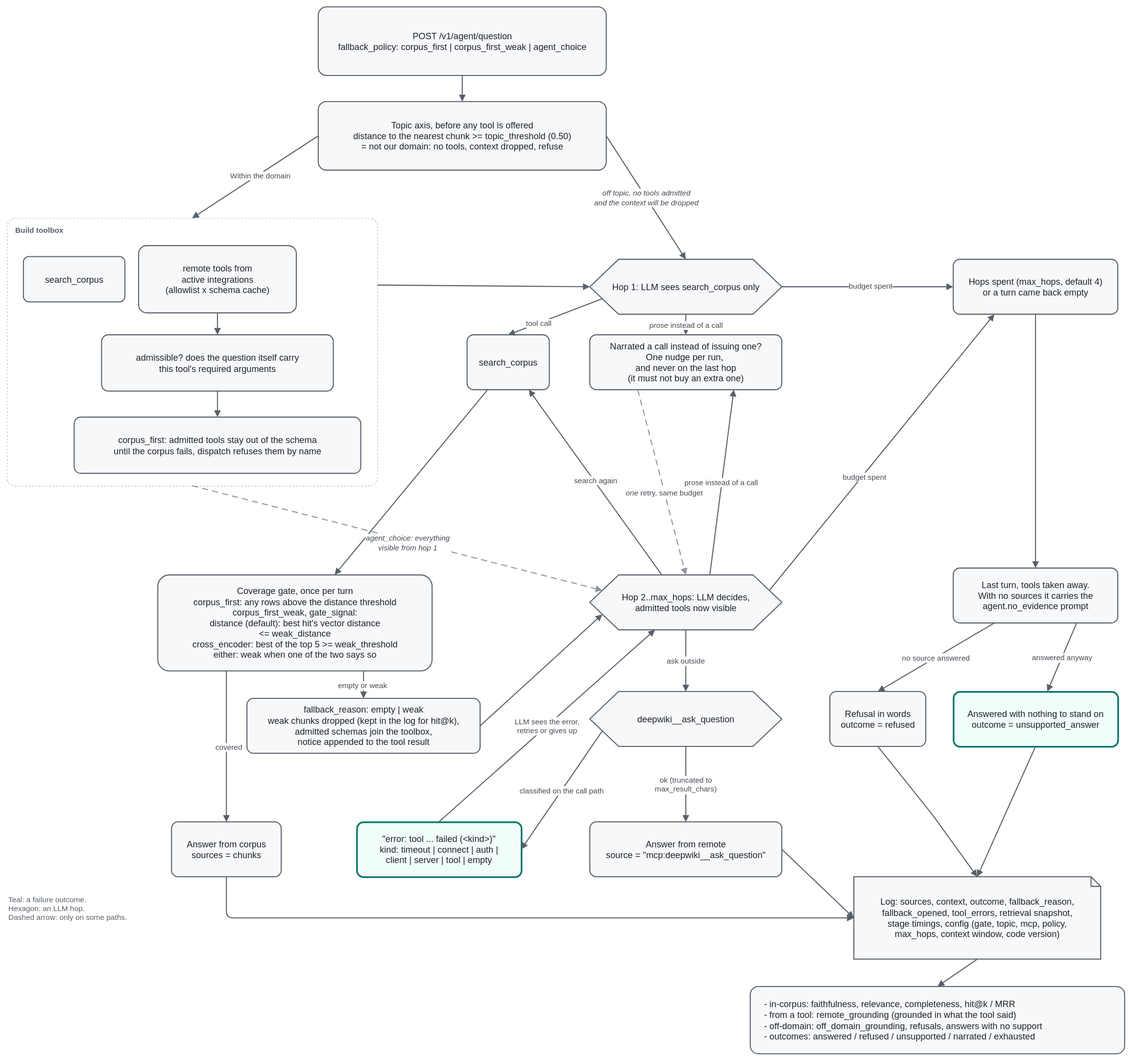
Before: docs/diagrams/agent_flow.drawio.svg, a diagram exported from draw.io (rikitikitav1/rag-lab). Source tidied: cells renumbered, new cells last; positions are measured from the earlier drawing's top-left corner, leaving out a move shared by most shapes.
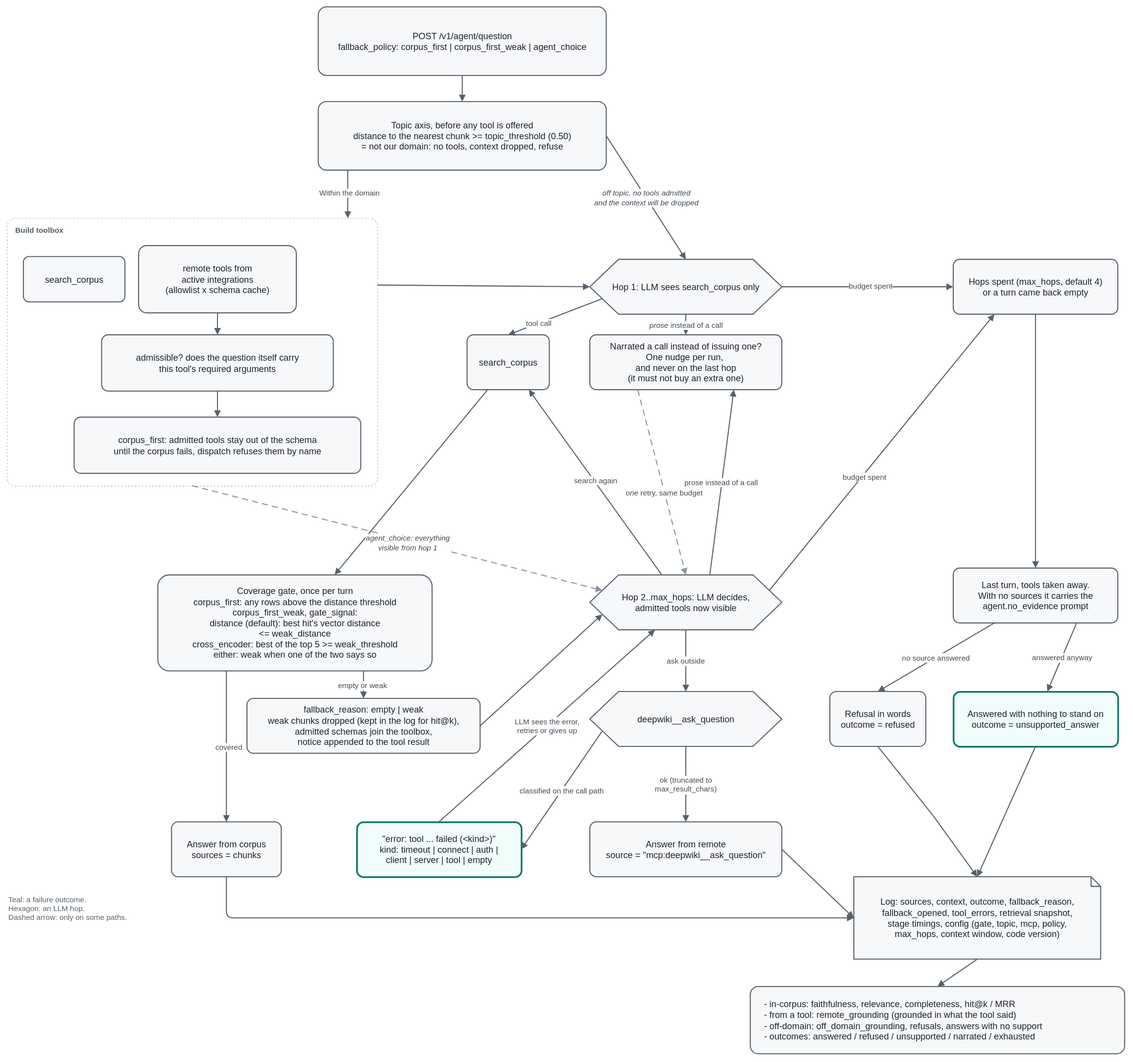
Later version of the same file.

What changed in the source:
```diff
@@ -121,7 +121,7 @@
     <mxCell id="38" style="edgeStyle=none;rounded=1;curved=0;html=0;endArrow=block;endFill=1;strokeColor=light-dark(#57606A,#8B949E);strokeWidth=1.5;fontFamily=Helvetica;fontSize=11;fontColor=light-dark(#424A53,#C9D1D9);labelBackgroundColor=light-dark(#FFFFFF,#0D1117);entryDy=0;exitDx=0;entryX=0.5;exitDy=0;exitX=0.5;entryY=0;exitY=1;exitPerimeter=0;entryDx=0;" parent="1" edge="1" source="25" target="26">
       <mxGeometry relative="1" as="geometry" />
     </mxCell>
-    <mxCell id="39" style="edgeStyle=none;rounded=1;curved=0;html=0;endArrow=block;endFill=1;strokeColor=light-dark(#57606A,#8B949E);strokeWidth=1.5;fontFamily=Helvetica;fontSize=11;fontColor=light-dark(#424A53,#C9D1D9);labelBackgroundColor=light-dark(#FFFFFF,#0D1117);entryDy=0;exitDx=0;entryX=0.5;exitDy=0;exitX=0;entryY=0;exitY=0.5;entryDx=0;" parent="1" edge="1" source="3" target="4">
+    <mxCell id="39" style="edgeStyle=none;rounded=1;curved=0;html=0;endArrow=block;endFill=1;strokeColor=light-dark(#57606A,#8B949E);strokeWidth=1.5;fontFamily=Helvetica;fontSize=11;fontColor=light-dark(#424A53,#C9D1D9);labelBackgroundColor=light-dark(#FFFFFF,#0D1117);exitX=0.1024;exitY=1;entryX=0.9204;entryY=0;" parent="1" edge="1" source="3" target="4">
       <mxGeometry relative="1" as="geometry" />
     </mxCell>
     <mxCell id="40" value="Within the domain" style="edgeLabel;html=1;align=center;verticalAlign=middle;fontFamily=Helvetica;fontSize=11;fontColor=light-dark(#424A53,#C9D1D9);labelBackgroundColor=light-dark(#FFFFFF,#0D1117);" parent="39" vertex="1">
```
